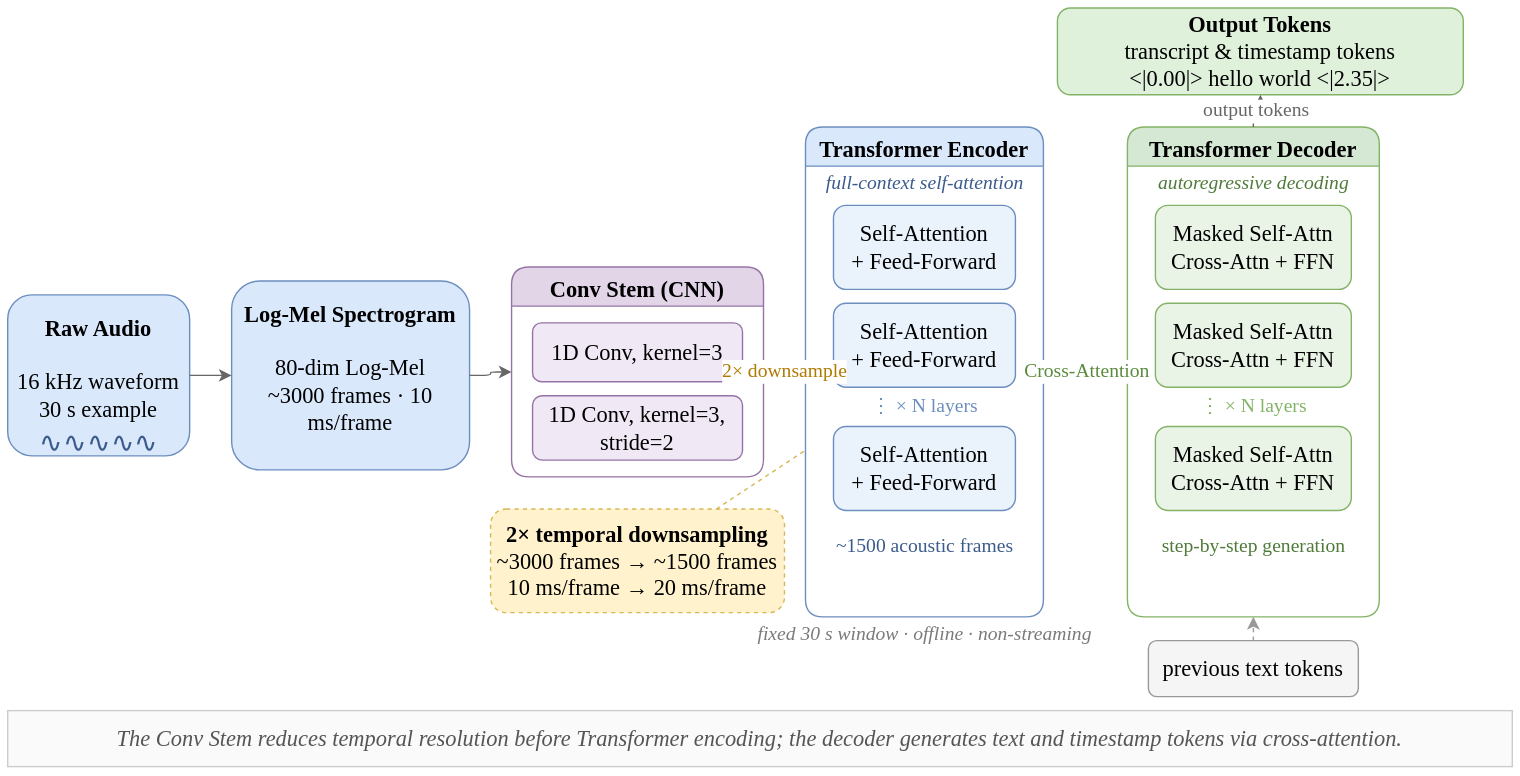
Earlier version of the draw.io export paper/tougao/attach/drawprompt/pic1.drawio.svg (hua0424/streamllm). Source tidied: cells renumbered, new cells last; positions are measured from the earlier drawing's top-left corner, leaving out a move shared by most shapes.
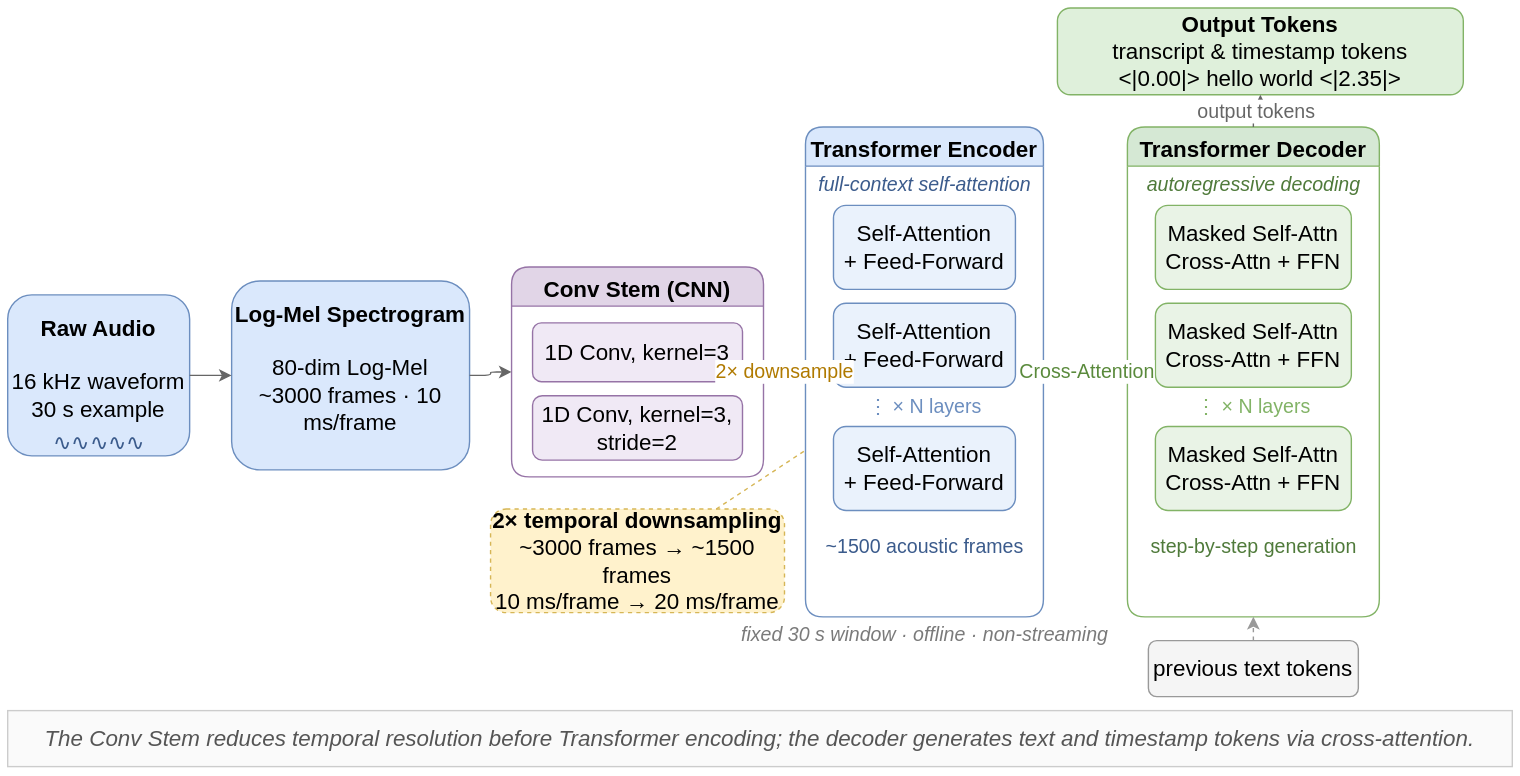
Above is the later version.

Diff of the diagram source:
```diff
@@ -2,79 +2,79 @@
   <root>
     <mxCell id="0" />
     <mxCell id="1" parent="0" />
-    <mxCell id="2" value="&lt;font face=&quot;Times New Roman&quot; style=&quot;font-size: 16px;&quot;&gt;&lt;b style=&quot;&quot;&gt;Raw Audio&lt;/b&gt;&lt;br&gt;&lt;br&gt;16 kHz waveform&lt;br&gt;30 s example&lt;/font&gt;" style="rounded=1;whiteSpace=wrap;html=1;fillColor=#dae8fc;strokeColor=#6c8ebf;align=center;verticalAlign=top;spacingTop=8;fontSize=12;" parent="1" vertex="1">
+    <mxCell id="2" value="&lt;font face=&quot;Helvetica&quot; style=&quot;font-size: 16px;&quot;&gt;&lt;b style=&quot;&quot;&gt;Raw Audio&lt;/b&gt;&lt;br&gt;&lt;br&gt;16 kHz waveform&lt;br&gt;30 s example&lt;/font&gt;" style="rounded=1;whiteSpace=wrap;html=1;fillColor=#dae8fc;strokeColor=#6c8ebf;align=center;verticalAlign=top;spacingTop=8;fontSize=12;" parent="1" vertex="1">
       <mxGeometry y="205" width="130" height="115" as="geometry" />
     </mxCell>
-    <mxCell id="3" value="∿∿∿∿∿" style="text;html=1;align=center;verticalAlign=middle;fontSize=20;fontColor=#3b5b8c;" parent="1" vertex="1">
+    <mxCell id="3" value="∿∿∿∿∿" style="text;html=1;align=center;verticalAlign=middle;fontSize=16;fontColor=#3b5b8c;" parent="1" vertex="1">
       <mxGeometry x="15" y="290" width="100" height="40" as="geometry" />
     </mxCell>
-    <mxCell id="4" value="&lt;font face=&quot;Times New Roman&quot; style=&quot;font-size: 16px;&quot;&gt;&lt;b style=&quot;&quot;&gt;Log-Mel Spectrogram&lt;/b&gt;&lt;br&gt;&lt;br&gt;80-dim Log-Mel&lt;br&gt;~3000 frames · 10 ms/frame&lt;/font&gt;" style="rounded=1;whiteSpace=wrap;html=1;fillColor=#dae8fc;strokeColor=#6c8ebf;align=center;verticalAlign=top;spacingTop=8;fontSize=12;" parent="1" vertex="1">
+    <mxCell id="4" value="&lt;font face=&quot;Helvetica&quot; style=&quot;font-size: 16px;&quot;&gt;&lt;b style=&quot;&quot;&gt;Log-Mel Spectrogram&lt;/b&gt;&lt;br&gt;&lt;br&gt;80-dim Log-Mel&lt;br&gt;~3000 frames · 10 ms/frame&lt;/font&gt;" style="rounded=1;whiteSpace=wrap;html=1;fillColor=#dae8fc;strokeColor=#6c8ebf;align=center;verticalAlign=top;spacingTop=8;fontSize=12;" parent="1" vertex="1">
       <mxGeometry x="160" y="195" width="170" height="135" as="geometry" />
     </mxCell>
-    <mxCell id="5" value="&lt;font face=&quot;Times New Roman&quot; style=&quot;font-size: 16px;&quot;&gt;Conv Stem (CNN)&lt;/font&gt;" style="swimlane;rounded=1;whiteSpace=wrap;html=1;fillColor=#e1d5e7;strokeColor=#9673a6;startSize=28;fontSize=12;fontStyle=1;align=center;verticalAlign=top;" parent="1" vertex="1">
+    <mxCell id="5" value="&lt;font face=&quot;Helvetica&quot; style=&quot;font-size: 16px;&quot;&gt;Conv Stem (CNN)&lt;/font&gt;" style="swimlane;rounded=1;whiteSpace=wrap;html=1;fillColor=#e1d5e7;strokeColor=#9673a6;startSize=28;fontSize=12;fontStyle=1;align=center;verticalAlign=top;" parent="1" vertex="1">
       <mxGeometry x="360" y="185" width="180" height="150" as="geometry" />
     </mxCell>
-    <mxCell id="6" value="&lt;font face=&quot;Times New Roman&quot; style=&quot;font-size: 16px;&quot;&gt;1D Conv, kernel=3&lt;/font&gt;" style="rounded=1;whiteSpace=wrap;html=1;fillColor=#f0e9f5;strokeColor=#9673a6;fontSize=11;" parent="5" vertex="1">
+    <mxCell id="6" value="&lt;font face=&quot;Helvetica&quot; style=&quot;font-size: 16px;&quot;&gt;1D Conv, kernel=3&lt;/font&gt;" style="rounded=1;whiteSpace=wrap;html=1;fillColor=#f0e9f5;strokeColor=#9673a6;fontSize=11;" parent="5" vertex="1">
       <mxGeometry x="15" y="40" width="150" height="42" as="geometry" />
     </mxCell>
-    <mxCell id="7" value="&lt;font face=&quot;Times New Roman&quot; style=&quot;font-size: 16px;&quot;&gt;1D Conv, kernel=3, stride=2&lt;/font&gt;" style="rounded=1;whiteSpace=wrap;html=1;fillColor=#f0e9f5;strokeColor=#9673a6;fontSize=11;" parent="5" vertex="1">
+    <mxCell id="7" value="&lt;font face=&quot;Helvetica&quot; style=&quot;font-size: 16px;&quot;&gt;1D Conv, kernel=3, stride=2&lt;/font&gt;" style="rounded=1;whiteSpace=wrap;html=1;fillColor=#f0e9f5;strokeColor=#9673a6;fontSize=11;" parent="5" vertex="1">
       <mxGeometry x="15" y="92" width="150" height="46" as="geometry" />
     </mxCell>
-    <mxCell id="8" value="&lt;font face=&quot;Times New Roman&quot; style=&quot;font-size: 16px;&quot;&gt;&lt;b&gt;2× temporal downsampling&lt;/b&gt;&lt;br&gt;~3000 frames → ~1500 frames&lt;br&gt;10 ms/frame → 20 ms/frame&lt;/font&gt;" style="rounded=1;whiteSpace=wrap;html=1;fillColor=#fff2cc;strokeColor=#d6b656;dashed=1;align=center;fontSize=11;" parent="1" vertex="1">
+    <mxCell id="8" value="&lt;font face=&quot;Helvetica&quot; style=&quot;font-size: 16px;&quot;&gt;&lt;b&gt;2× temporal downsampling&lt;/b&gt;&lt;br&gt;~3000 frames → ~1500 frames&lt;br&gt;10 ms/frame → 20 ms/frame&lt;/font&gt;" style="rounded=1;whiteSpace=wrap;html=1;fillColor=#fff2cc;strokeColor=#d6b656;dashed=1;align=center;fontSize=11;" parent="1" vertex="1">
       <mxGeometry x="345" y="358" width="210" height="74" as="geometry" />
     </mxCell>
-    <mxCell id="9" value="&lt;font face=&quot;Times New Roman&quot; style=&quot;font-size: 16px;&quot;&gt;Transformer Encoder&lt;/font&gt;" style="swimlane;rounded=1;whiteSpace=wrap;html=1;fillColor=#dae8fc;strokeColor=#6c8ebf;startSize=28;fontSize=13;fontStyle=1;align=center;verticalAlign=top;" parent="1" vertex="1">
+    <mxCell id="9" value="&lt;font face=&quot;Helvetica&quot; style=&quot;font-size: 16px;&quot;&gt;Transformer Encoder&lt;/font&gt;" style="swimlane;rounded=1;whiteSpace=wrap;html=1;fillColor=#dae8fc;strokeColor=#6c8ebf;startSize=28;fontSize=13;fontStyle=1;align=center;verticalAlign=top;" parent="1" vertex="1">
       <mxGeometry x="570" y="85" width="170" height="350" as="geometry" />
     </mxCell>
-    <mxCell id="10" value="&lt;font face=&quot;Times New Roman&quot; style=&quot;font-size: 14px;&quot;&gt;full-context self-attention&lt;/font&gt;" style="text;html=1;align=center;verticalAlign=middle;fontSize=10;fontColor=#3b5b8c;fontStyle=2;" parent="9" vertex="1">
+    <mxCell id="10" value="&lt;font face=&quot;Helvetica&quot; style=&quot;font-size: 14px;&quot;&gt;full-context self-attention&lt;/font&gt;" style="text;html=1;align=center;verticalAlign=middle;fontSize=11;fontColor=#3b5b8c;fontStyle=2;" parent="9" vertex="1">
       <mxGeometry x="10" y="32" width="150" height="18" as="geometry" />
     </mxCell>
-    <mxCell id="11" value="&lt;font face=&quot;Times New Roman&quot; style=&quot;font-size: 16px;&quot;&gt;Self-Attention&lt;br&gt;+ Feed-Forward&lt;/font&gt;" style="rounded=1;whiteSpace=wrap;html=1;fillColor=#eaf2fc;strokeColor=#6c8ebf;fontSize=10;" parent="9" vertex="1">
+    <mxCell id="11" value="&lt;font face=&quot;Helvetica&quot; style=&quot;font-size: 16px;&quot;&gt;Self-Attention&lt;br&gt;+ Feed-Forward&lt;/font&gt;" style="rounded=1;whiteSpace=wrap;html=1;fillColor=#eaf2fc;strokeColor=#6c8ebf;fontSize=11;" parent="9" vertex="1">
       <mxGeometry x="20" y="56" width="130" height="60" as="geometry" />
     </mxCell>
-    <mxCell id="12" value="&lt;font face=&quot;Times New Roman&quot; style=&quot;font-size: 16px;&quot;&gt;Self-Attention&lt;br&gt;+ Feed-Forward&lt;/font&gt;" style="rounded=1;whiteSpace=wrap;html=1;fillColor=#eaf2fc;strokeColor=#6c8ebf;fontSize=10;" parent="9" vertex="1">
+    <mxCell id="12" value="&lt;font face=&quot;Helvetica&quot; style=&quot;font-size: 16px;&quot;&gt;Self-Attention&lt;br&gt;+ Feed-Forward&lt;/font&gt;" style="rounded=1;whiteSpace=wrap;html=1;fillColor=#eaf2fc;strokeColor=#6c8ebf;fontSize=11;" parent="9" vertex="1">
       <mxGeometry x="20" y="126" width="130" height="60" as="geometry" />
     </mxCell>
-    <mxCell id="13" value="&lt;font face=&quot;Times New Roman&quot; style=&quot;font-size: 14px;&quot;&gt;⋮  × N layers&lt;/font&gt;" style="text;html=1;align=center;verticalAlign=middle;fontSize=11;fontColor=#6c8ebf;" parent="9" vertex="1">
+    <mxCell id="13" value="&lt;font face=&quot;Helvetica&quot; style=&quot;font-size: 14px;&quot;&gt;⋮  × N layers&lt;/font&gt;" style="text;html=1;align=center;verticalAlign=middle;fontSize=11;fontColor=#6c8ebf;" parent="9" vertex="1">
       <mxGeometry x="20" y="190" width="130" height="20" as="geometry" />
     </mxCell>
-    <mxCell id="14" value="&lt;font face=&quot;Times New Roman&quot; style=&quot;font-size: 16px;&quot;&gt;Self-Attention&lt;br&gt;+ Feed-Forward&lt;/font&gt;" style="rounded=1;whiteSpace=wrap;html=1;fillColor=#eaf2fc;strokeColor=#6c8ebf;fontSize=10;" parent="9" vertex="1">
+    <mxCell id="14" value="&lt;font face=&quot;Helvetica&quot; style=&quot;font-size: 16px;&quot;&gt;Self-Attention&lt;br&gt;+ Feed-Forward&lt;/font&gt;" style="rounded=1;whiteSpace=wrap;html=1;fillColor=#eaf2fc;strokeColor=#6c8ebf;fontSize=11;" parent="9" vertex="1">
       <mxGeometry x="20" y="214" width="130" height="60" as="geometry" />
     </mxCell>
-    <mxCell id="15" value="&lt;font face=&quot;Times New Roman&quot; style=&quot;font-size: 14px;&quot;&gt;~1500 acoustic frames&lt;/font&gt;" style="text;html=1;align=center;verticalAlign=middle;fontSize=10;fontColor=#3b5b8c;" parent="9" vertex="1">
+    <mxCell id="15" value="&lt;font face=&quot;Helvetica&quot; style=&quot;font-size: 14px;&quot;&gt;~1500 acoustic frames&lt;/font&gt;" style="text;html=1;align=center;verticalAlign=middle;fontSize=11;fontColor=#3b5b8c;" parent="9" vertex="1">
       <mxGeometry x="10" y="285" width="150" height="30" as="geometry" />
     </mxCell>
-    <mxCell id="16" value="&lt;font face=&quot;Times New Roman&quot; style=&quot;font-size: 14px;&quot;&gt;fixed 30 s window · offline · non-streaming&lt;/font&gt;" style="text;html=1;align=center;verticalAlign=middle;fontSize=9;fontColor=#7a7a7a;fontStyle=2;" parent="1" vertex="1">
+    <mxCell id="16" value="&lt;font face=&quot;Helvetica&quot; style=&quot;font-size: 14px;&quot;&gt;fixed 30 s window · offline · non-streaming&lt;/font&gt;" style="text;html=1;align=center;verticalAlign=middle;fontSize=11;fontColor=#7a7a7a;fontStyle=2;" parent="1" vertex="1">
       <mxGeometry x="560" y="440" width="190" height="16" as="geometry" />
     </mxCell>
-    <mxCell id="17" value="&lt;font face=&quot;Times New Roman&quot; style=&quot;font-size: 16px;&quot;&gt;Transformer Decoder&lt;/font&gt;" style="swimlane;rounded=1;whiteSpace=wrap;html=1;fillColor=#d5e8d4;strokeColor=#82b366;startSize=28;fontSize=13;fontStyle=1;align=center;verticalAlign=top;" parent="1" vertex="1">
+    <mxCell id="17" value="&lt;font face=&quot;Helvetica&quot; style=&quot;font-size: 16px;&quot;&gt;Transformer Decoder&lt;/font&gt;" style="swimlane;rounded=1;whiteSpace=wrap;html=1;fillColor=#d5e8d4;strokeColor=#82b366;startSize=28;fontSize=13;fontStyle=1;align=center;verticalAlign=top;" parent="1" vertex="1">
       <mxGeometry x="800" y="85" width="180" height="350" as="geometry" />
     </mxCell>
-    <mxCell id="18" value="&lt;font face=&quot;Times New Roman&quot; style=&quot;font-size: 14px;&quot;&gt;autoregressive decoding&lt;/font&gt;" style="text;html=1;align=center;verticalAlign=middle;fontSize=10;fontColor=#4f7a3a;fontStyle=2;" parent="17" vertex="1">
+    <mxCell id="18" value="&lt;font face=&quot;Helvetica&quot; style=&quot;font-size: 14px;&quot;&gt;autoregressive decoding&lt;/font&gt;" style="text;html=1;align=center;verticalAlign=middle;fontSize=11;fontColor=#4f7a3a;fontStyle=2;" parent="17" vertex="1">
       <mxGeometry x="10" y="32" width="160" height="18" as="geometry" />
     </mxCell>
-    <mxCell id="19" value="&lt;font face=&quot;Times New Roman&quot; style=&quot;font-size: 16px;&quot;&gt;Masked Self-Attn&lt;br&gt;Cross-Attn + FFN&lt;/font&gt;" style="rounded=1;whiteSpace=wrap;html=1;fillColor=#e9f3e6;strokeColor=#82b366;fontSize=10;" parent="17" vertex="1">
+    <mxCell id="19" value="&lt;font face=&quot;Helvetica&quot; style=&quot;font-size: 16px;&quot;&gt;Masked Self-Attn&lt;br&gt;Cross-Attn + FFN&lt;/font&gt;" style="rounded=1;whiteSpace=wrap;html=1;fillColor=#e9f3e6;strokeColor=#82b366;fontSize=11;" parent="17" vertex="1">
       <mxGeometry x="20" y="56" width="140" height="60" as="geometry" />
     </mxCell>
-    <mxCell id="20" value="&lt;font face=&quot;Times New Roman&quot; style=&quot;font-size: 16px;&quot;&gt;Masked Self-Attn&lt;br&gt;Cross-Attn + FFN&lt;/font&gt;" style="rounded=1;whiteSpace=wrap;html=1;fillColor=#e9f3e6;strokeColor=#82b366;fontSize=10;" parent="17" vertex="1">
+    <mxCell id="20" value="&lt;font face=&quot;Helvetica&quot; style=&quot;font-size: 16px;&quot;&gt;Masked Self-Attn&lt;br&gt;Cross-Attn + FFN&lt;/font&gt;" style="rounded=1;whiteSpace=wrap;html=1;fillColor=#e9f3e6;strokeColor=#82b366;fontSize=11;" parent="17" vertex="1">
       <mxGeometry x="20" y="126" width="140" height="60" as="geometry" />
     </mxCell>
-    <mxCell id="21" value="&lt;font face=&quot;Times New Roman&quot; style=&quot;font-size: 14px;&quot;&gt;⋮  × N layers&lt;/font&gt;" style="text;html=1;align=center;verticalAlign=middle;fontSize=11;fontColor=#82b366;" parent="17" vertex="1">
+    <mxCell id="21" value="&lt;font face=&quot;Helvetica&quot; style=&quot;font-size: 14px;&quot;&gt;⋮  × N layers&lt;/font&gt;" style="text;html=1;align=center;verticalAlign=middle;fontSize=11;fontColor=#82b366;" parent="17" vertex="1">
       <mxGeometry x="20" y="190" width="140" height="20" as="geometry" />
     </mxCell>
-    <mxCell id="22" value="&lt;font face=&quot;Times New Roman&quot; style=&quot;font-size: 16px;&quot;&gt;Masked Self-Attn&lt;br&gt;Cross-Attn + FFN&lt;/font&gt;" style="rounded=1;whiteSpace=wrap;html=1;fillColor=#e9f3e6;strokeColor=#82b366;fontSize=10;" parent="17" vertex="1">
+    <mxCell id="22" value="&lt;font face=&quot;Helvetica&quot; style=&quot;font-size: 16px;&quot;&gt;Masked Self-Attn&lt;br&gt;Cross-Attn + FFN&lt;/font&gt;" style="rounded=1;whiteSpace=wrap;html=1;fillColor=#e9f3e6;strokeColor=#82b366;fontSize=11;" parent="17" vertex="1">
       <mxGeometry x="20" y="214" width="140" height="60" as="geometry" />
     </mxCell>
-    <mxCell id="23" value="&lt;font face=&quot;Times New Roman&quot; style=&quot;font-size: 14px;&quot;&gt;step-by-step generation&lt;/font&gt;" style="text;html=1;align=center;verticalAlign=middle;fontSize=10;fontColor=#4f7a3a;" parent="17" vertex="1">
+    <mxCell id="23" value="&lt;font face=&quot;Helvetica&quot; style=&quot;font-size: 14px;&quot;&gt;step-by-step generation&lt;/font&gt;" style="text;html=1;align=center;verticalAlign=middle;fontSize=11;fontColor=#4f7a3a;" parent="17" vertex="1">
       <mxGeometry x="10" y="285" width="160" height="30" as="geometry" />
     </mxCell>
-    <mxCell id="24" value="&lt;font face=&quot;Times New Roman&quot; style=&quot;font-size: 16px;&quot;&gt;previous text tokens&lt;/font&gt;" style="rounded=1;whiteSpace=wrap;html=1;fillColor=#f5f5f5;strokeColor=#999999;fontSize=11;" parent="1" vertex="1">
+    <mxCell id="24" value="&lt;font face=&quot;Helvetica&quot; style=&quot;font-size: 16px;&quot;&gt;previous text tokens&lt;/font&gt;" style="rounded=1;whiteSpace=wrap;html=1;fillColor=#f5f5f5;strokeColor=#999999;fontSize=11;" parent="1" vertex="1">
       <mxGeometry x="815" y="452" width="150" height="40" as="geometry" />
     </mxCell>
-    <mxCell id="25" value="&lt;font face=&quot;Times New Roman&quot; style=&quot;font-size: 16px;&quot;&gt;&lt;b&gt;Output Tokens&lt;/b&gt;&lt;br&gt;transcript &amp;amp; timestamp tokens&lt;br&gt;&amp;lt;|0.00|&amp;gt; hello world &amp;lt;|2.35|&amp;gt;&lt;/font&gt;" style="rounded=1;whiteSpace=wrap;html=1;fillColor=#dff0db;strokeColor=#82b366;align=center;verticalAlign=middle;fontSize=11;" parent="1" vertex="1">
+    <mxCell id="25" value="&lt;font face=&quot;Helvetica&quot; style=&quot;font-size: 16px;&quot;&gt;&lt;b&gt;Output Tokens&lt;/b&gt;&lt;br&gt;transcript &amp;amp; timestamp tokens&lt;br&gt;&amp;lt;|0.00|&amp;gt; hello world &amp;lt;|2.35|&amp;gt;&lt;/font&gt;" style="rounded=1;whiteSpace=wrap;html=1;fillColor=#dff0db;strokeColor=#82b366;align=center;verticalAlign=middle;fontSize=11;" parent="1" vertex="1">
       <mxGeometry x="750" width="290" height="62" as="geometry" />
     </mxCell>
-    <mxCell id="26" value="&lt;font face=&quot;Times New Roman&quot; style=&quot;font-size: 16px;&quot;&gt;The Conv Stem reduces temporal resolution before Transformer encoding; the decoder generates text and timestamp tokens via cross-attention.&lt;/font&gt;" style="rounded=0;whiteSpace=wrap;html=1;fillColor=#fafafa;strokeColor=#cccccc;align=center;verticalAlign=middle;fontSize=11;fontStyle=2;fontColor=#555555;" parent="1" vertex="1">
+    <mxCell id="26" value="&lt;font face=&quot;Helvetica&quot; style=&quot;font-size: 16px;&quot;&gt;The Conv Stem reduces temporal resolution before Transformer encoding; the decoder generates text and timestamp tokens via cross-attention.&lt;/font&gt;" style="rounded=0;whiteSpace=wrap;html=1;fillColor=#fafafa;strokeColor=#cccccc;align=center;verticalAlign=middle;fontSize=11;fontStyle=2;fontColor=#555555;" parent="1" vertex="1">
       <mxGeometry y="502" width="1075" height="40" as="geometry" />
     </mxCell>
     <mxCell id="27" style="edgeStyle=orthogonalEdgeStyle;rounded=1;html=1;endArrow=classic;strokeColor=#666666;" parent="1" edge="1" source="2" target="4">
@@ -83,13 +83,13 @@
     <mxCell id="28" style="edgeStyle=orthogonalEdgeStyle;rounded=1;html=1;endArrow=classic;strokeColor=#666666;" parent="1" edge="1" source="4" target="5">
       <mxGeometry relative="1" as="geometry" />
     </mxCell>
-    <mxCell id="29" value="&lt;font face=&quot;Times New Roman&quot; style=&quot;font-size: 14px;&quot;&gt;2× downsample&lt;/font&gt;" style="edgeStyle=orthogonalEdgeStyle;rounded=1;html=1;endArrow=classic;strokeColor=#666666;strokeWidth=2.5;fontSize=10;fontColor=#b07a00;exitX=1;exitY=0.5;exitDx=0;exitDy=0;entryX=0;entryY=0.5;entryDx=0;entryDy=0;" parent="1" edge="1" source="5" target="9">
+    <mxCell id="29" value="&lt;font face=&quot;Helvetica&quot; style=&quot;font-size: 14px;&quot;&gt;2× downsample&lt;/font&gt;" style="edgeStyle=orthogonalEdgeStyle;rounded=1;html=1;endArrow=classic;strokeColor=#666666;strokeWidth=2.5;fontSize=11;fontColor=#b07a00;exitX=1;exitY=0.5;exitDx=0;exitDy=0;entryX=0;entryY=0.5;entryDx=0;entryDy=0;" parent="1" edge="1" source="5" target="9">
       <mxGeometry relative="1" as="geometry" />
     </mxCell>
-    <mxCell id="30" value="&lt;font face=&quot;Times New Roman&quot; style=&quot;font-size: 14px;&quot;&gt;Cross-Attention&lt;/font&gt;" style="edgeStyle=orthogonalEdgeStyle;rounded=1;html=1;endArrow=classic;strokeColor=#82b366;strokeWidth=2;fontSize=11;fontColor=#5a8a3c;exitX=1;exitY=0.5;exitDx=0;exitDy=0;entryX=0;entryY=0.5;entryDx=0;entryDy=0;" parent="1" edge="1" source="9" target="17">
+    <mxCell id="30" value="&lt;font face=&quot;Helvetica&quot; style=&quot;font-size: 14px;&quot;&gt;Cross-Attention&lt;/font&gt;" style="edgeStyle=orthogonalEdgeStyle;rounded=1;html=1;endArrow=classic;strokeColor=#82b366;strokeWidth=2;fontSize=11;fontColor=#5a8a3c;exitX=1;exitY=0.5;exitDx=0;exitDy=0;entryX=0;entryY=0.5;entryDx=0;entryDy=0;" parent="1" edge="1" source="9" target="17">
       <mxGeometry relative="1" as="geometry" />
     </mxCell>
-    <mxCell id="31" value="&lt;font face=&quot;Times New Roman&quot; style=&quot;font-size: 14px;&quot;&gt;output tokens&lt;/font&gt;" style="edgeStyle=orthogonalEdgeStyle;rounded=1;html=1;endArrow=classic;strokeColor=#666666;fontSize=10;fontColor=#666666;exitX=0.5;exitY=0;exitDx=0;exitDy=0;entryX=0.5;entryY=1;entryDx=0;entryDy=0;" parent="1" edge="1" source="17" target="25">
+    <mxCell id="31" value="&lt;font face=&quot;Helvetica&quot; style=&quot;font-size: 14px;&quot;&gt;output tokens&lt;/font&gt;" style="edgeStyle=orthogonalEdgeStyle;rounded=1;html=1;endArrow=classic;strokeColor=#666666;fontSize=11;fontColor=#666666;exitX=0.5;exitY=0;exitDx=0;exitDy=0;entryX=0.5;entryY=1;entryDx=0;entryDy=0;" parent="1" edge="1" source="17" target="25">
       <mxGeometry relative="1" as="geometry" />
     </mxCell>
     <mxCell id="32" style="edgeStyle=orthogonalEdgeStyle;rounded=1;html=1;endArrow=classic;strokeColor=#999999;dashed=1;exitX=0.5;exitY=0;exitDx=0;exitDy=0;entryX=0.5;entryY=1;entryDx=0;entryDy=0;" parent="1" edge="1" source="24" target="17">
```
